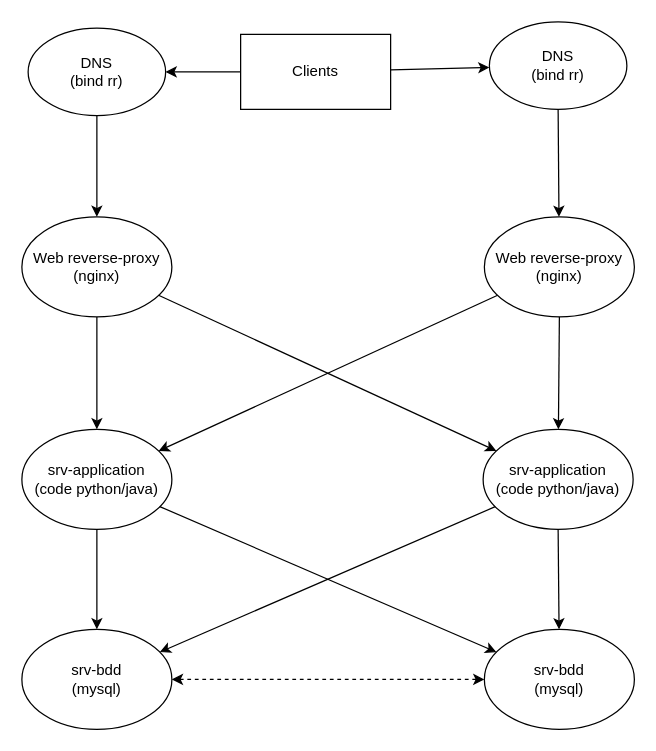
The draw.io diagram _extra/Copie de architecture-ha.drawio in nataliasviattseva/ecommerce_project, before the edit. Source tidied: cells renumbered, new cells numbered last; positions are measured from the earlier drawing's top-left corner, leaving out a move shared by most shapes. Both pictures are drawn from the tidied source at 125%, with x=0, y=0 at pixel (21, 21).
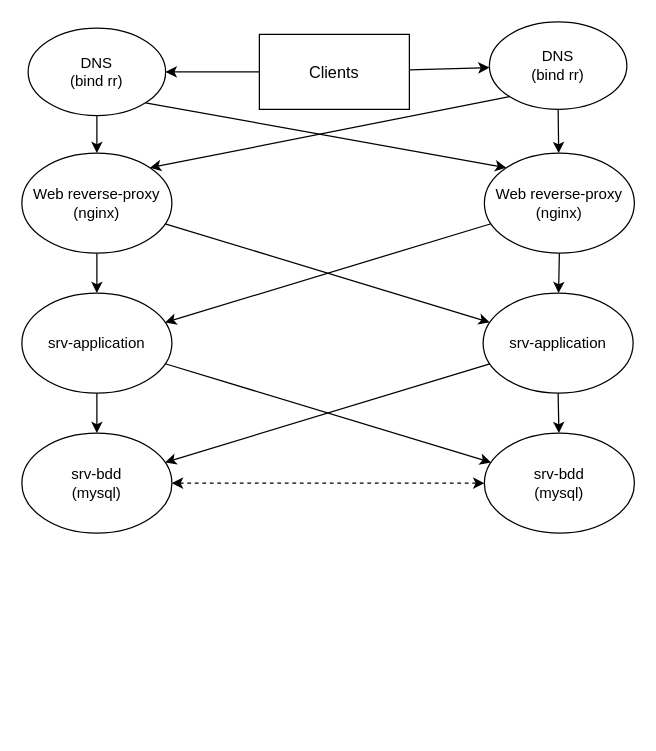
Above is the later version.

Commit message:
Mettre à jour Copie de architecture-ha.drawio

The edit, as a diff of the source:
```diff
@@
-    <mxCell id="2" value="Clients" style="rounded=0;whiteSpace=wrap;html=1;" parent="1" vertex="1">
-      <mxGeometry x="175" y="10" width="120" height="60" as="geometry" />
+    <mxCell id="2" value="&lt;font style=&quot;font-size: 13px;&quot;&gt;Clients&lt;/font&gt;" style="rounded=0;whiteSpace=wrap;html=1;" parent="1" vertex="1">
+      <mxGeometry x="190" y="10" width="120" height="60" as="geometry" />
     </mxCell>
     <mxCell id="3" value="&lt;div&gt;Web reverse-proxy&lt;/div&gt;&lt;div&gt;(nginx)&lt;br&gt;&lt;/div&gt;" style="ellipse;whiteSpace=wrap;html=1;" parent="1" vertex="1">
-      <mxGeometry y="156" width="120" height="80" as="geometry" />
+      <mxGeometry y="105" width="120" height="80" as="geometry" />
     </mxCell>
     <mxCell id="4" value="&lt;div&gt;Web reverse-proxy&lt;/div&gt;&lt;div&gt;(nginx)&lt;br&gt;&lt;/div&gt;" style="ellipse;whiteSpace=wrap;html=1;" parent="1" vertex="1">
-      <mxGeometry x="370" y="156" width="120" height="80" as="geometry" />
+      <mxGeometry x="370" y="105" width="120" height="80" as="geometry" />
     </mxCell>
@@
-    <mxCell id="7" value="&lt;div&gt;srv-application&lt;/div&gt;&lt;div&gt;(code python/java)&lt;br&gt;&lt;/div&gt;" style="ellipse;whiteSpace=wrap;html=1;" parent="1" vertex="1">
-      <mxGeometry y="326" width="120" height="80" as="geometry" />
+    <mxCell id="7" value="&lt;div&gt;srv-application&lt;/div&gt;" style="ellipse;whiteSpace=wrap;html=1;" parent="1" vertex="1">
+      <mxGeometry y="217" width="120" height="80" as="geometry" />
     </mxCell>
-    <mxCell id="8" value="&lt;div&gt;srv-application&lt;/div&gt;&lt;div&gt;(code python/java)&lt;br&gt;&lt;/div&gt;" style="ellipse;whiteSpace=wrap;html=1;" parent="1" vertex="1">
-      <mxGeometry x="369" y="326" width="120" height="80" as="geometry" />
+    <mxCell id="8" value="&lt;div&gt;srv-application&lt;/div&gt;" style="ellipse;whiteSpace=wrap;html=1;" parent="1" vertex="1">
+      <mxGeometry x="369" y="217" width="120" height="80" as="geometry" />
     </mxCell>
@@
     <mxCell id="13" value="&lt;div&gt;srv-bdd&lt;/div&gt;&lt;div&gt;(mysql)&lt;br&gt;&lt;/div&gt;" style="ellipse;whiteSpace=wrap;html=1;" parent="1" vertex="1">
-      <mxGeometry y="486" width="120" height="80" as="geometry" />
+      <mxGeometry y="329" width="120" height="80" as="geometry" />
     </mxCell>
     <mxCell id="14" value="&lt;div&gt;srv-bdd&lt;/div&gt;&lt;div&gt;(mysql)&lt;br&gt;&lt;/div&gt;" style="ellipse;whiteSpace=wrap;html=1;" parent="1" vertex="1">
-      <mxGeometry x="370" y="486" width="120" height="80" as="geometry" />
+      <mxGeometry x="370" y="329" width="120" height="80" as="geometry" />
     </mxCell>
@@
+    <mxCell id="24" style="edgeStyle=none;rounded=0;jettySize=auto;html=1;exitX=1;exitY=1;exitDx=0;exitDy=0;entryX=0;entryY=0;entryDx=0;entryDy=0;" parent="1" edge="1" source="20" target="4">
+      <mxGeometry relative="1" as="geometry" />
+    </mxCell>
-    <mxCell id="20" value="&lt;div&gt;DNS&lt;/div&gt;&lt;div&gt;(bind rr)&lt;br&gt;&lt;/div&gt;" style="ellipse;whiteSpace=wrap;html=1;" parent="1" vertex="1">
+    <mxCell id="20" value="&lt;div style=&quot;&quot;&gt;&lt;font style=&quot;font-size: 12px;&quot;&gt;DNS&lt;/font&gt;&lt;/div&gt;&lt;div style=&quot;&quot;&gt;&lt;font style=&quot;font-size: 12px;&quot;&gt;(bind rr)&lt;/font&gt;&lt;br&gt;&lt;/div&gt;" style="ellipse;whiteSpace=wrap;html=1;" parent="1" vertex="1">
       <mxGeometry x="5" y="5" width="110" height="70" as="geometry" />
     </mxCell>
@@
+    <mxCell id="25" style="edgeStyle=none;rounded=0;jettySize=auto;html=1;exitX=0;exitY=1;exitDx=0;exitDy=0;entryX=1;entryY=0;entryDx=0;entryDy=0;" parent="1" edge="1" source="22" target="3">
+      <mxGeometry relative="1" as="geometry" />
+    </mxCell>
-    <mxCell id="22" value="&lt;div&gt;DNS&lt;/div&gt;&lt;div&gt;(bind rr)&lt;br&gt;&lt;/div&gt;" style="ellipse;whiteSpace=wrap;html=1;" parent="1" vertex="1">
+    <mxCell id="22" value="&lt;div style=&quot;&quot;&gt;&lt;font style=&quot;font-size: 12px;&quot;&gt;DNS&lt;/font&gt;&lt;/div&gt;&lt;div style=&quot;&quot;&gt;&lt;font style=&quot;font-size: 12px;&quot;&gt;(bind rr)&lt;/font&gt;&lt;br&gt;&lt;/div&gt;" style="ellipse;whiteSpace=wrap;html=1;" parent="1" vertex="1">
       <mxGeometry x="374" width="110" height="70" as="geometry" />
     </mxCell>
```
